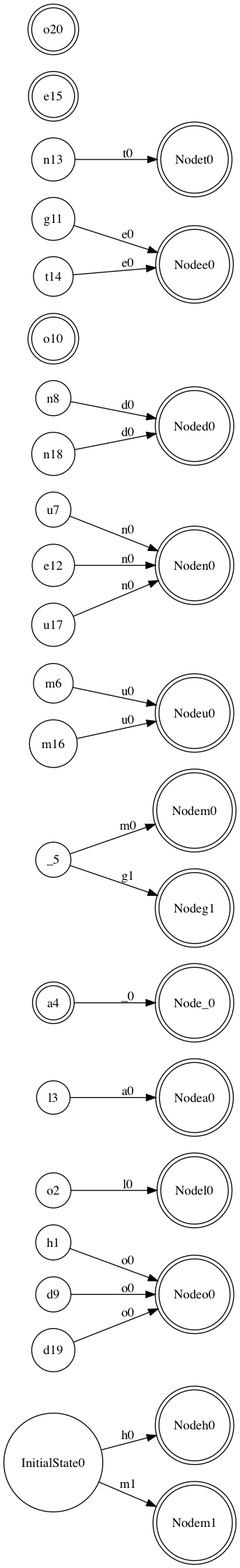
Earlier version of the Graphviz export dfa.png (NicolasMoreno/MateDiscreta). Its source is kept beside it as dfa.dot.
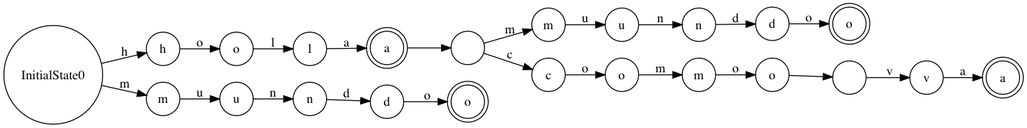
The same diagram one commit later.

The edit, as a diff of the source:
```diff
@@ -1,44 +1,48 @@
 digraph {
 	 rankdir = "LR";
-	 node [shape=circle] NodeInitialState0 [label ="InitialState0"];
-	 node [shape=circle] Nodeh1 [label ="h1"];
-	 node [shape=circle] Nodeo2 [label ="o2"];
-	 node [shape=circle] Nodel3 [label ="l3"];
-	 node [shape=doublecircle] Nodea4 [label ="a4"];
-	 node [shape=circle] Node_5 [label ="_5"];
-	 node [shape=circle] Nodem6 [label ="m6"];
-	 node [shape=circle] Nodeu7 [label ="u7"];
-	 node [shape=circle] Noden8 [label ="n8"];
-	 node [shape=circle] Noded9 [label ="d9"];
-	 node [shape=doublecircle] Nodeo10 [label ="o10"];
-	 node [shape=circle] Nodeg11 [label ="g11"];
-	 node [shape=circle] Nodee12 [label ="e12"];
-	 node [shape=circle] Noden13 [label ="n13"];
-	 node [shape=circle] Nodet14 [label ="t14"];
-	 node [shape=doublecircle] Nodee15 [label ="e15"];
-	 node [shape=circle] Nodem16 [label ="m16"];
-	 node [shape=circle] Nodeu17 [label ="u17"];
-	 node [shape=circle] Noden18 [label ="n18"];
-	 node [shape=circle] Noded19 [label ="d19"];
-	 node [shape=doublecircle] Nodeo20 [label ="o20"];
-	 NodeInitialState0 -> Nodeh0[label="h0"];
-	 NodeInitialState0 -> Nodem1[label="m1"];
-	 Nodeh1 -> Nodeo0[label="o0"];
-	 Nodeo2 -> Nodel0[label="l0"];
-	 Nodel3 -> Nodea0[label="a0"];
-	 Nodea4 -> Node_0[label="_0"];
-	 Node_5 -> Nodem0[label="m0"];
-	 Node_5 -> Nodeg1[label="g1"];
-	 Nodem6 -> Nodeu0[label="u0"];
-	 Nodeu7 -> Noden0[label="n0"];
-	 Noden8 -> Noded0[label="d0"];
-	 Noded9 -> Nodeo0[label="o0"];
-	 Nodeg11 -> Nodee0[label="e0"];
-	 Nodee12 -> Noden0[label="n0"];
-	 Noden13 -> Nodet0[label="t0"];
-	 Nodet14 -> Nodee0[label="e0"];
-	 Nodem16 -> Nodeu0[label="u0"];
-	 Nodeu17 -> Noden0[label="n0"];
-	 Noden18 -> Noded0[label="d0"];
-	 Noded19 -> Nodeo0[label="o0"];
+	 node [shape=circle] InitialState0;
+	 node [shape=circle] h0 [label ="h"];
+	 InitialState0 -> h0[label="h"];
+	 node [shape=circle] o0 [label ="o"];
+	 h0 -> o0[label="o"];
+	 node [shape=circle] l0 [label ="l"];
+	 o0 -> l0[label="l"];
+	 node [shape= doublecircle] a0 [label ="a"];
+	 l0 -> a0[label="a"];
+	 node [shape=circle] _0 [label =" "];
+	 a0 -> _0[label=" "];
+	 node [shape=circle] m0 [label ="m"];
+	 _0 -> m0[label="m"];
+	 node [shape=circle] u0 [label ="u"];
+	 m0 -> u0[label="u"];
+	 node [shape=circle] n0 [label ="n"];
+	 u0 -> n0[label="n"];
+	 node [shape=circle] d0 [label ="d"];
+	 n0 -> d0[label="d"];
+	 node [shape= doublecircle] o1 [label ="o"];
+	 d0 -> o1[label="o"];
+	 node [shape=circle] c0 [label ="c"];
+	 _0 -> c0[label="c"];
+	 node [shape=circle] o2 [label ="o"];
+	 c0 -> o2[label="o"];
+	 node [shape=circle] m1 [label ="m"];
+	 o2 -> m1[label="m"];
+	 node [shape=circle] o3 [label ="o"];
+	 m1 -> o3[label="o"];
+	 node [shape=circle] _1 [label =" "];
+	 o3 -> _1[label=" "];
+	 node [shape=circle] v0 [label ="v"];
+	 _1 -> v0[label="v"];
+	 node [shape= doublecircle] a1 [label ="a"];
+	 v0 -> a1[label="a"];
+	 node [shape=circle] m2 [label ="m"];
+	 InitialState0 -> m2[label="m"];
+	 node [shape=circle] u1 [label ="u"];
+	 m2 -> u1[label="u"];
+	 node [shape=circle] n1 [label ="n"];
+	 u1 -> n1[label="n"];
+	 node [shape=circle] d1 [label ="d"];
+	 n1 -> d1[label="d"];
+	 node [shape= doublecircle] o4 [label ="o"];
+	 d1 -> o4[label="o"];
 }
```
